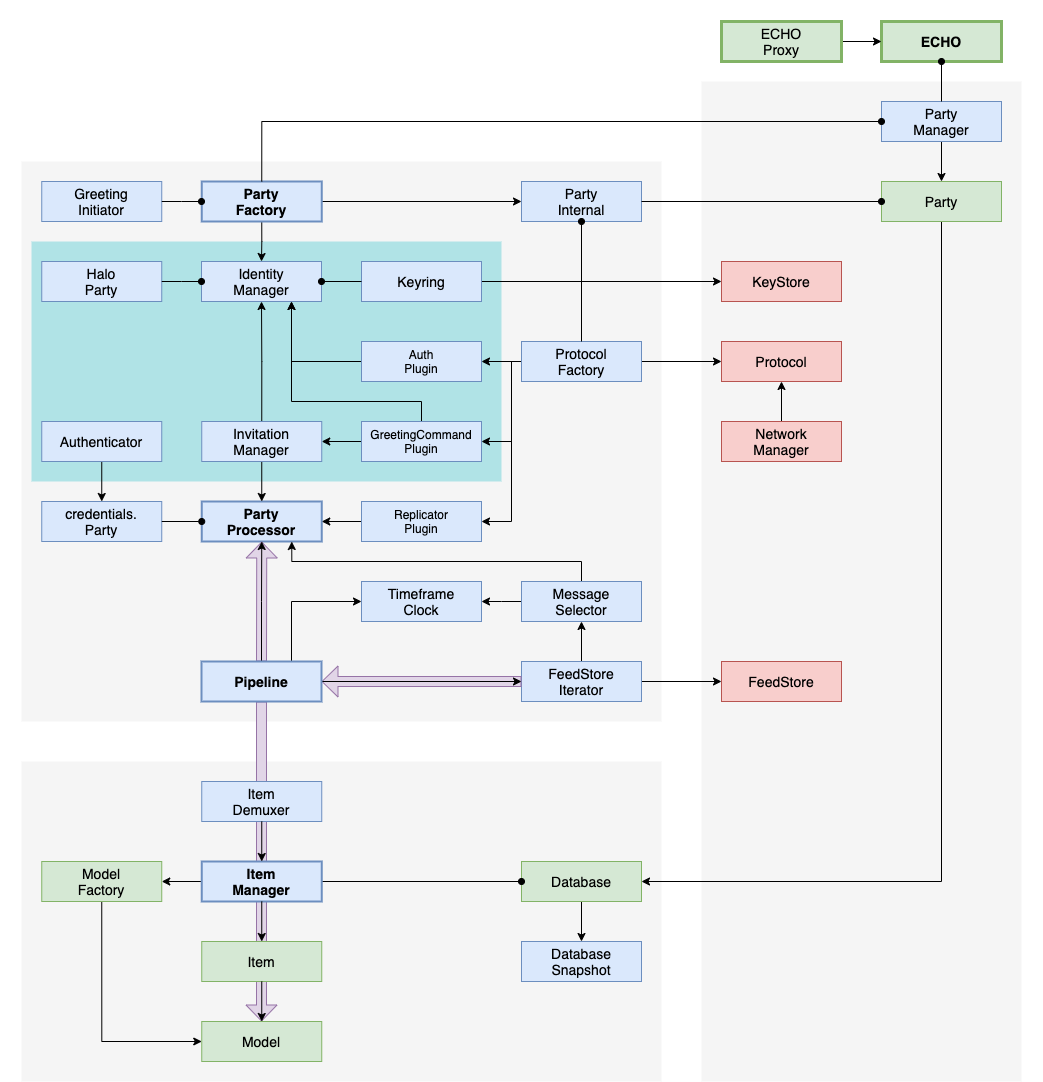
This is docs/diagrams/echo-architecture.png from dxos/dxos, a draw.io export, as it was before one commit. Source tidied: cells renumbered, new cells last; positions are measured from the earlier drawing's top-left corner, leaving out a move shared by most shapes.
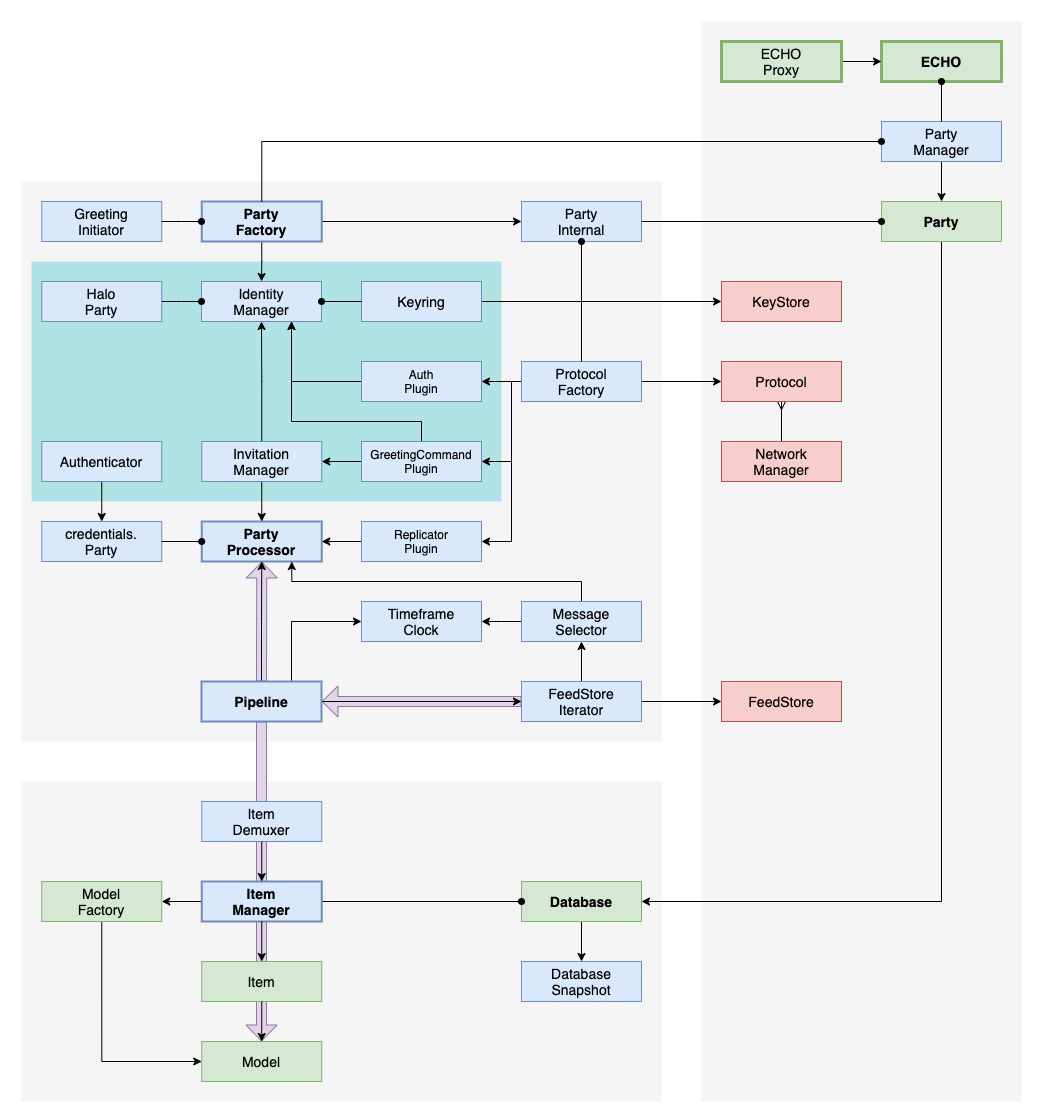
After the change.

Diff of the diagram source:
```diff
@@ -6,7 +6,7 @@
       <mxGeometry x="20" y="160" width="640" height="560" as="geometry" />
     </mxCell>
     <mxCell id="3" style="rounded=0;whiteSpace=wrap;html=1;fontSize=14;fontFamily=Helvetica;fontStyle=0;fillColor=#f5f5f5;dashed=1;fontColor=#333333;strokeColor=none;" parent="1" vertex="1">
-      <mxGeometry x="700" y="80" width="320" height="1000" as="geometry" />
+      <mxGeometry x="700" width="320" height="1080" as="geometry" />
     </mxCell>
     <mxCell id="4" style="rounded=0;whiteSpace=wrap;html=1;fontSize=14;fontFamily=Helvetica;fontStyle=0;fillColor=#f5f5f5;dashed=1;fontColor=#333333;strokeColor=none;" parent="1" vertex="1">
       <mxGeometry x="20" y="760" width="640" height="320" as="geometry" />
@@ -81,7 +81,7 @@
     <mxCell id="24" value="Model&lt;br&gt;Factory" style="rounded=0;whiteSpace=wrap;html=1;fontSize=14;fontFamily=Helvetica;fillColor=#d5e8d4;strokeColor=#82b366;fontStyle=0;strokeWidth=1;" parent="1" vertex="1">
       <mxGeometry x="40.2" y="860" width="120" height="40" as="geometry" />
     </mxCell>
-    <mxCell id="25" style="edgeStyle=orthogonalEdgeStyle;rounded=0;jettySize=auto;html=1;exitX=0.5;exitY=0;exitDx=0;exitDy=0;fontSize=12;startArrow=none;startFill=0;endArrow=classic;endFill=1;" parent="1" edge="1" source="26" target="75">
+    <mxCell id="25" style="edgeStyle=orthogonalEdgeStyle;rounded=0;jettySize=auto;html=1;exitX=0.5;exitY=0;exitDx=0;exitDy=0;fontSize=12;startArrow=none;startFill=0;endArrow=ERmany;endFill=0;" parent="1" edge="1" source="26" target="75">
       <mxGeometry relative="1" as="geometry" />
     </mxCell>
     <mxCell id="26" value="Network&lt;br&gt;Manager" style="rounded=0;whiteSpace=wrap;html=1;fontSize=14;fontFamily=Helvetica;fillColor=#f8cecc;strokeColor=#b85450;fontStyle=0;strokeWidth=1;" parent="1" vertex="1">
@@ -108,13 +108,13 @@
     <mxCell id="33" value="ECHO" style="rounded=0;whiteSpace=wrap;html=1;fontSize=14;fontFamily=Helvetica;fillColor=#d5e8d4;strokeColor=#82b366;fontStyle=1;strokeWidth=3;" parent="1" vertex="1">
       <mxGeometry x="880" y="20" width="120" height="40" as="geometry" />
     </mxCell>
-    <mxCell id="34" value="Party" style="rounded=0;whiteSpace=wrap;html=1;fontSize=14;fontFamily=Helvetica;fillColor=#d5e8d4;strokeColor=#82b366;fontStyle=0;strokeWidth=1;" parent="1" vertex="1">
+    <mxCell id="34" value="Party" style="rounded=0;whiteSpace=wrap;html=1;fontSize=14;fontFamily=Helvetica;fillColor=#d5e8d4;strokeColor=#82b366;fontStyle=1;strokeWidth=1;" parent="1" vertex="1">
       <mxGeometry x="880" y="180" width="120" height="40" as="geometry" />
     </mxCell>
     <mxCell id="35" style="edgeStyle=orthogonalEdgeStyle;rounded=0;jettySize=auto;html=1;startArrow=none;startFill=0;endArrow=classic;endFill=1;exitX=0.5;exitY=1;exitDx=0;exitDy=0;entryX=0.5;entryY=0;entryDx=0;entryDy=0;" parent="1" edge="1" source="36" target="66">
       <mxGeometry relative="1" as="geometry" />
     </mxCell>
-    <mxCell id="36" value="Database" style="rounded=0;whiteSpace=wrap;html=1;fontSize=14;fontFamily=Helvetica;fillColor=#d5e8d4;strokeColor=#82b366;fontStyle=0;strokeWidth=1;" parent="1" vertex="1">
+    <mxCell id="36" value="Database" style="rounded=0;whiteSpace=wrap;html=1;fontSize=14;fontFamily=Helvetica;fillColor=#d5e8d4;strokeColor=#82b366;fontStyle=1;strokeWidth=1;" parent="1" vertex="1">
       <mxGeometry x="520" y="860" width="120" height="40" as="geometry" />
     </mxCell>
     <mxCell id="37" style="edgeStyle=orthogonalEdgeStyle;rounded=0;orthogonalLoop=1;jettySize=auto;html=1;exitX=0.5;exitY=1;exitDx=0;exitDy=0;" parent="1" edge="1" source="44" target="44">
@@ -282,7 +282,7 @@
       <mxGeometry relative="1" as="geometry" />
     </mxCell>
     <mxCell id="82" value="&lt;span style=&quot;font-weight: 400&quot;&gt;&amp;nbsp;&lt;/span&gt;" style="rounded=0;whiteSpace=wrap;html=1;fontSize=14;fontFamily=Helvetica;fontStyle=1;strokeWidth=3;strokeColor=none;fillColor=none;" parent="1" vertex="1">
-      <mxGeometry width="1040" height="20" as="geometry" />
+      <mxGeometry y="-20" width="1040" height="20" as="geometry" />
     </mxCell>
     <mxCell id="83" style="edgeStyle=orthogonalEdgeStyle;rounded=0;jettySize=auto;html=1;exitX=0.5;exitY=1;exitDx=0;exitDy=0;entryX=0.5;entryY=0;entryDx=0;entryDy=0;fontSize=12;startArrow=oval;startFill=1;endArrow=none;endFill=0;" parent="1" edge="1" source="76" target="19">
       <mxGeometry relative="1" as="geometry" />
```
